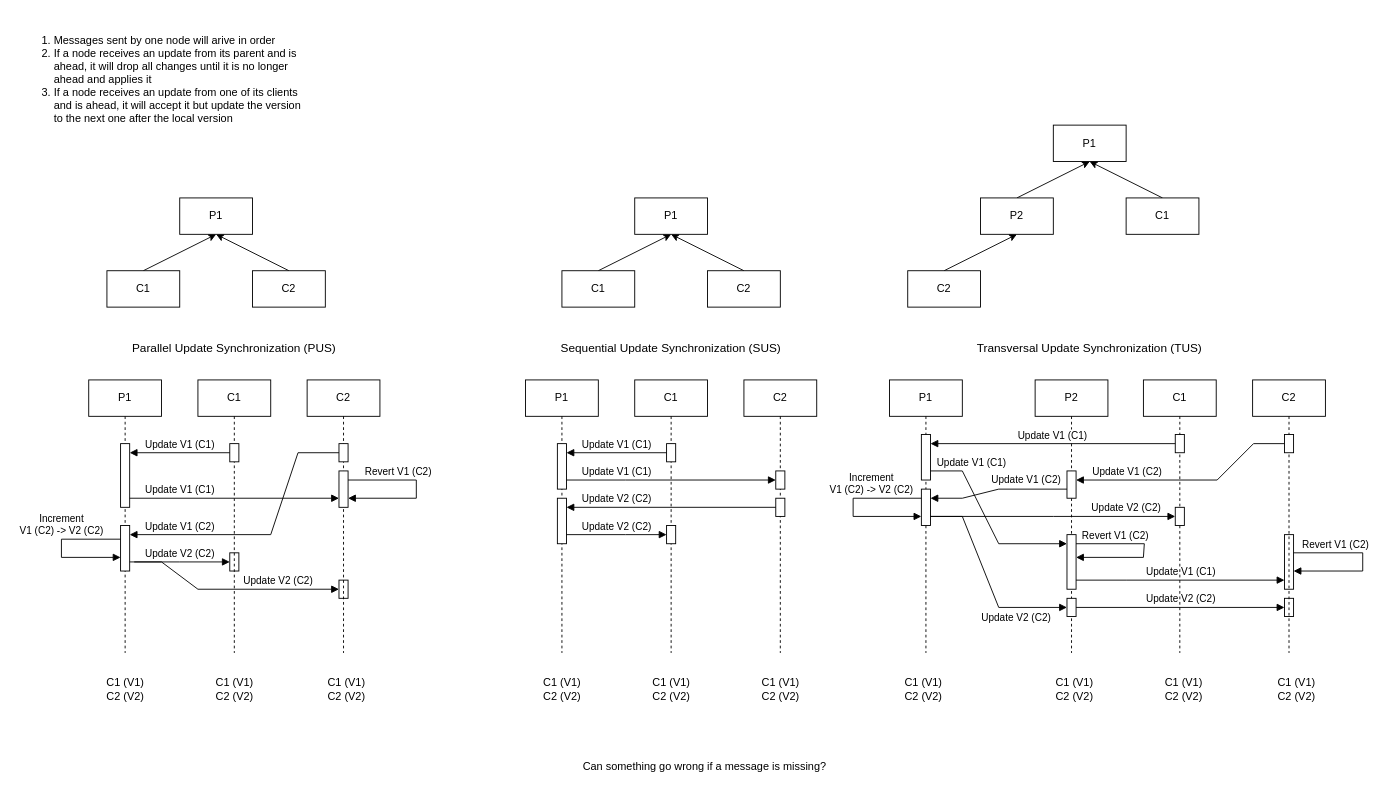
Before: synchronization.drawio in Placeblock/ecs_net, a draw.io diagram. Source tidied: cells renumbered, new cells numbered last; positions are measured from the earlier drawing's top-left corner, leaving out a move shared by most shapes. Both pictures are drawn from the tidied source at 91%, with x=0, y=0 at pixel (15, 15).
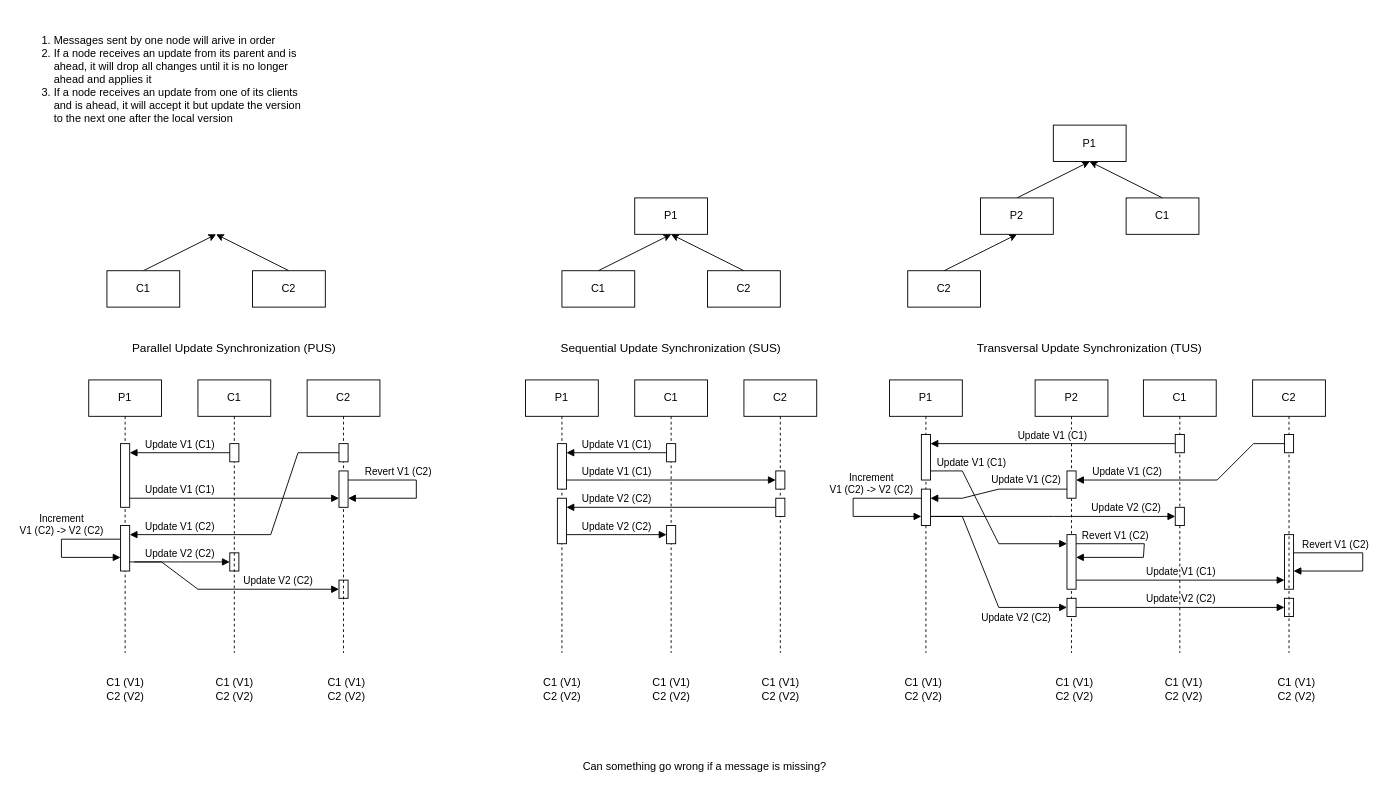
Above is the later version.

Unchanged cells that the change refers to:
```xml
<mxCell id="3" value="C1" style="rounded=0;whiteSpace=wrap;html=1;" parent="1" vertex="1">
  <mxGeometry x="100" y="280" width="80" height="40" as="geometry" />
</mxCell>
<mxCell id="5" value="C2" style="rounded=0;whiteSpace=wrap;html=1;" parent="1" vertex="1">
  <mxGeometry x="260" y="280" width="80" height="40" as="geometry" />
</mxCell>
```

What changed in the source:
```diff
@@
-    <mxCell id="2" style="rounded=0;jettySize=auto;html=1;exitX=0.5;exitY=0;exitDx=0;exitDy=0;entryX=0.5;entryY=1;entryDx=0;entryDy=0;" parent="1" edge="1" source="3" target="6">
-      <mxGeometry relative="1" as="geometry" />
+    <mxCell id="2" style="rounded=0;jettySize=auto;html=1;exitX=0.5;exitY=0;exitDx=0;exitDy=0;entryX=0.5;entryY=1;entryDx=0;entryDy=0;" parent="1" edge="1" source="3">
+      <mxGeometry relative="1" as="geometry">
+        <mxPoint x="220" y="240" as="targetPoint" />
+      </mxGeometry>
     </mxCell>
@@
-    <mxCell id="4" style="rounded=0;jettySize=auto;html=1;exitX=0.5;exitY=0;exitDx=0;exitDy=0;entryX=0.5;entryY=1;entryDx=0;entryDy=0;" parent="1" edge="1" source="5" target="6">
-      <mxGeometry relative="1" as="geometry" />
+    <mxCell id="4" style="rounded=0;jettySize=auto;html=1;exitX=0.5;exitY=0;exitDx=0;exitDy=0;entryX=0.5;entryY=1;entryDx=0;entryDy=0;" parent="1" edge="1" source="5">
+      <mxGeometry relative="1" as="geometry">
+        <mxPoint x="220" y="240" as="targetPoint" />
+      </mxGeometry>
     </mxCell>
@@
-    <mxCell id="6" value="P1" style="rounded=0;whiteSpace=wrap;html=1;" parent="1" vertex="1">
-      <mxGeometry x="180" y="200" width="80" height="40" as="geometry" />
-    </mxCell>
```
